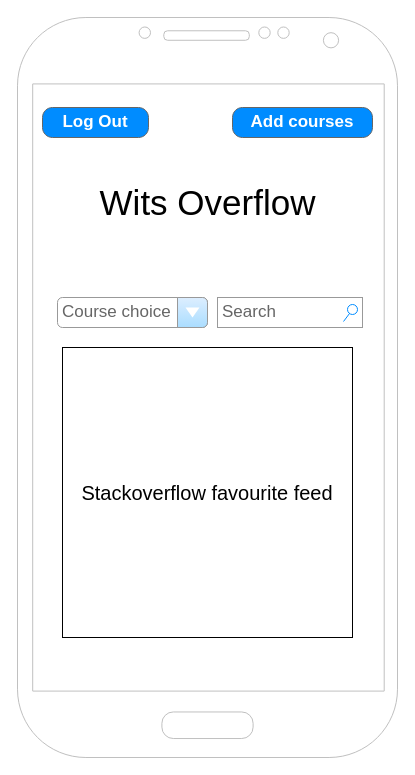
gltch/wits-overflow keeps this draw.io diagram as page "Home Page" (3 of 5) of assets/diagrams/UI Design.drawio. Above is the earlier version. Source tidied: cells renumbered, new cells numbered last; positions are measured from the earlier drawing's top-left corner, leaving out a move shared by most shapes. Both pictures are drawn from the tidied source at 100%, with x=0, y=0 at pixel (17, 17).
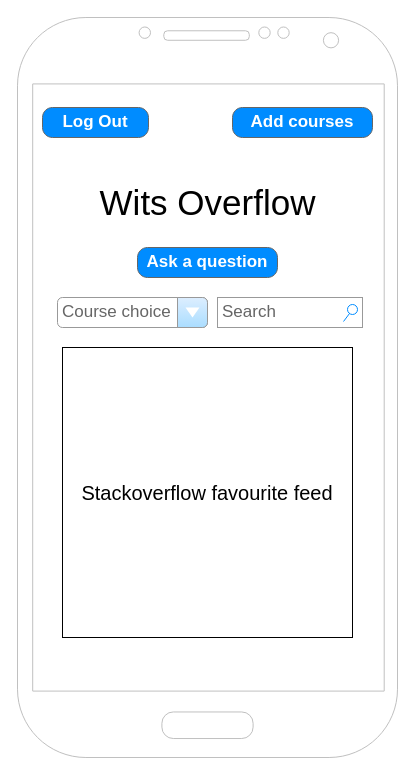
Above is the later version.

Diff of the diagram source:
```diff
@@
 <mxGraphModel>
   <root>
     <mxCell id="0" />
     <mxCell id="1" parent="0" />
     <mxCell id="2" style="group;" parent="1" vertex="1">
       <mxGeometry width="380" height="740" as="geometry" />
     </mxCell>
     <mxCell id="3" style="verticalLabelPosition=bottom;verticalAlign=top;html=1;shadow=0;dashed=0;strokeWidth=1;shape=mxgraph.android.phone2;strokeColor=#c0c0c0;fontSize=20;" parent="2" vertex="1">
       <mxGeometry width="380" height="740" as="geometry" />
     </mxCell>
     <mxCell id="4" value="Stackoverflow favourite feed" style="whiteSpace=wrap;html=1;fontSize=20;" parent="2" vertex="1">
       <mxGeometry x="45" y="330" width="290" height="290" as="geometry" />
     </mxCell>
     <mxCell id="5" value="Course choice" style="strokeWidth=1;shadow=0;dashed=0;align=center;html=1;shape=mxgraph.mockup.forms.comboBox;strokeColor=#999999;fillColor=#ddeeff;align=left;fillColor2=#aaddff;mainText=;fontColor=#666666;fontSize=17;spacingLeft=3;" parent="2" vertex="1">
       <mxGeometry x="40" y="280" width="150" height="30" as="geometry" />
     </mxCell>
     <mxCell id="6" value="Wits Overflow" style="text;html=1;align=center;verticalAlign=middle;strokeColor=none;fontSize=35;" parent="2" vertex="1">
       <mxGeometry x="75" y="160" width="230" height="50" as="geometry" />
     </mxCell>
     <mxCell id="7" value="Add courses" style="strokeWidth=1;shadow=0;dashed=0;align=center;html=1;shape=mxgraph.mockup.buttons.button;strokeColor=#666666;fontColor=#ffffff;mainText=;buttonStyle=round;fontSize=17;fontStyle=1;fillColor=#008cff;whiteSpace=wrap;" parent="2" vertex="1">
       <mxGeometry x="215" y="90" width="140" height="30" as="geometry" />
     </mxCell>
     <mxCell id="8" value="Log Out" style="strokeWidth=1;shadow=0;dashed=0;align=center;html=1;shape=mxgraph.mockup.buttons.button;strokeColor=#666666;fontColor=#ffffff;mainText=;buttonStyle=round;fontSize=17;fontStyle=1;fillColor=#008cff;whiteSpace=wrap;" parent="2" vertex="1">
       <mxGeometry x="25" y="90" width="106" height="30" as="geometry" />
     </mxCell>
     <mxCell id="9" value="Search" style="strokeWidth=1;shadow=0;dashed=0;align=center;html=1;shape=mxgraph.mockup.forms.searchBox;strokeColor=#999999;mainText=;strokeColor2=#008cff;fontColor=#666666;fontSize=17;align=left;spacingLeft=3;" parent="2" vertex="1">
       <mxGeometry x="200" y="280" width="145" height="30" as="geometry" />
     </mxCell>
+    <mxCell id="10" value="Ask a question" style="strokeWidth=1;shadow=0;dashed=0;align=center;html=1;shape=mxgraph.mockup.buttons.button;strokeColor=#666666;fontColor=#ffffff;mainText=;buttonStyle=round;fontSize=17;fontStyle=1;fillColor=#008cff;whiteSpace=wrap;" parent="2" vertex="1">
+      <mxGeometry x="120" y="230" width="140" height="30" as="geometry" />
+    </mxCell>
   </root>
 </mxGraphModel>
```
